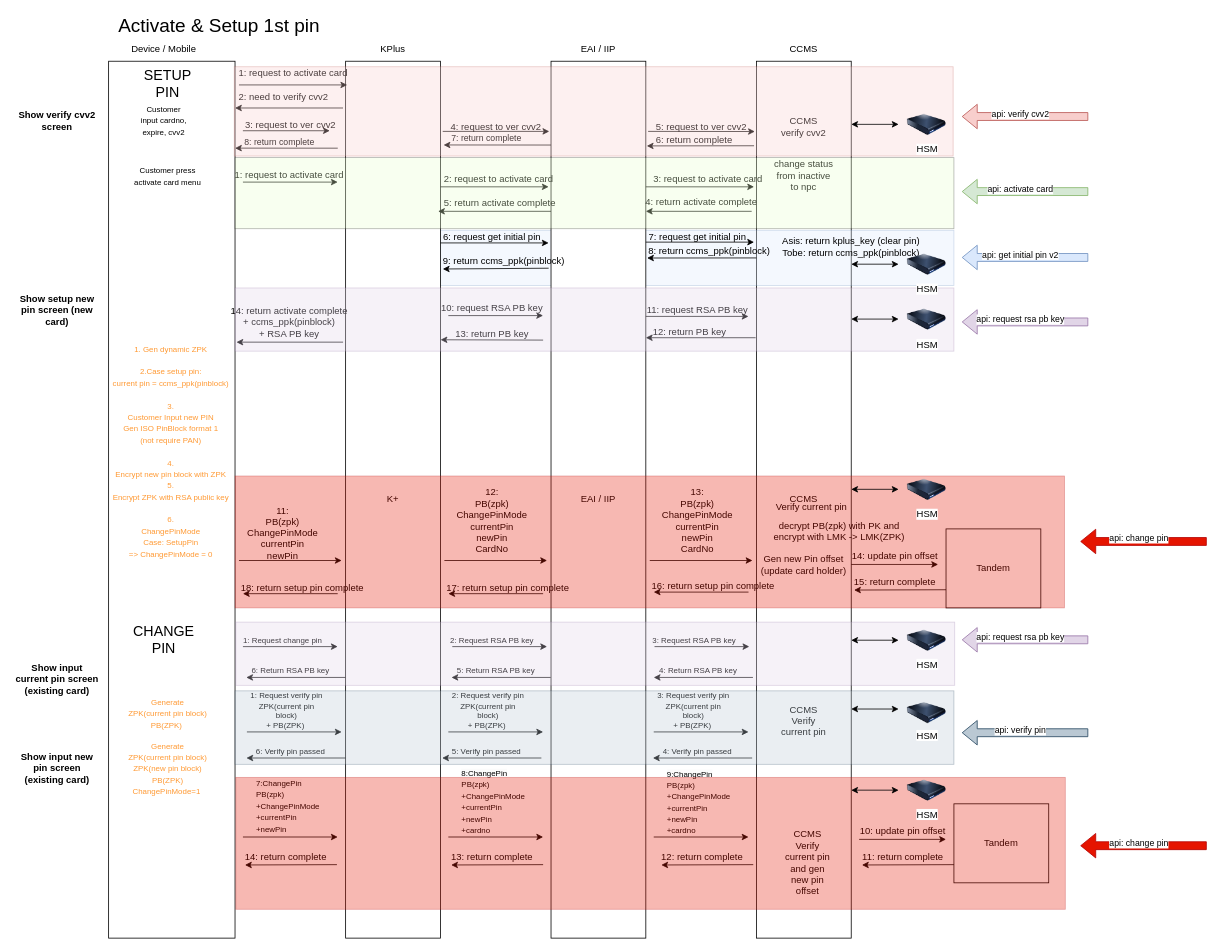
chawaratr/drawio keeps this draw.io diagram as page "KPlus_ChangePin" (2 of 2) of CCMS_Project.drawio. Above is the earlier version. Source tidied: cells renumbered, new cells numbered last; positions are measured from the earlier drawing's top-left corner, leaving out a move shared by most shapes. Both pictures are drawn from the tidied source at 79%, with x=0, y=0 at pixel (13, 13).
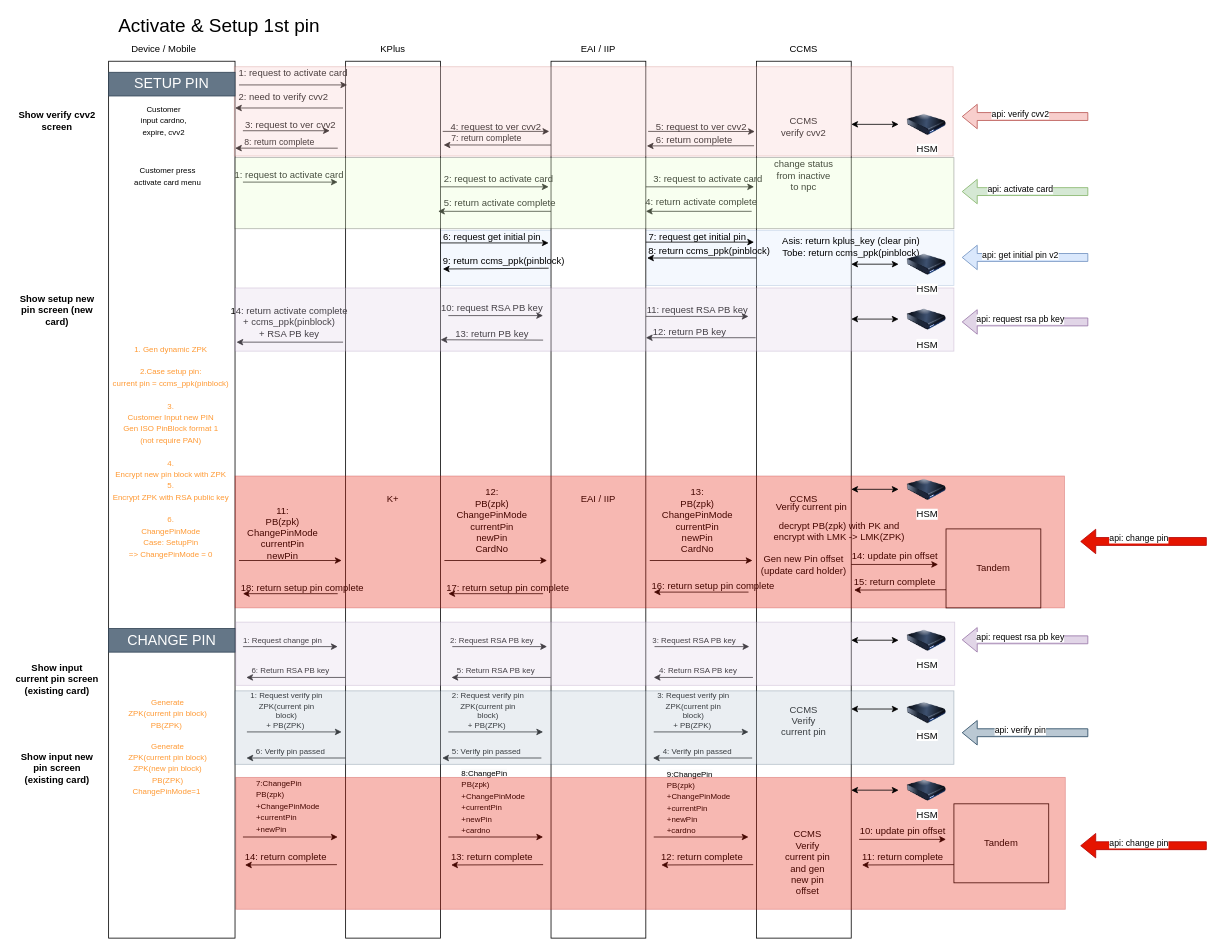
After the change.

Diff of the diagram source:
```diff
@@
-    <mxCell id="82" value="&lt;font style=&quot;font-size: 18px;&quot;&gt;CHANGE PIN&lt;/font&gt;" style="text;html=1;align=center;verticalAlign=middle;whiteSpace=wrap;rounded=0;" parent="1" vertex="1">
-      <mxGeometry x="145" y="778" width="90" height="30" as="geometry" />
+    <mxCell id="82" value="&lt;font style=&quot;font-size: 18px;&quot;&gt;CHANGE PIN&lt;/font&gt;" style="text;html=1;align=center;verticalAlign=middle;whiteSpace=wrap;rounded=0;fillColor=#647687;fontColor=#ffffff;strokeColor=#314354;" parent="1" vertex="1">
+      <mxGeometry x="120" y="778" width="160" height="30" as="geometry" />
     </mxCell>
@@
-    <mxCell id="152" value="&lt;font style=&quot;font-size: 18px;&quot;&gt;SETUP PIN&lt;/font&gt;" style="text;html=1;align=center;verticalAlign=middle;whiteSpace=wrap;rounded=0;" parent="1" vertex="1">
-      <mxGeometry x="150" y="74" width="90" height="30" as="geometry" />
+    <mxCell id="152" value="&lt;font style=&quot;font-size: 18px;&quot;&gt;SETUP PIN&lt;/font&gt;" style="text;html=1;align=center;verticalAlign=middle;whiteSpace=wrap;rounded=0;fillColor=#647687;fontColor=#ffffff;strokeColor=#314354;" parent="1" vertex="1">
+      <mxGeometry x="120" y="74" width="160" height="30" as="geometry" />
     </mxCell>
```
